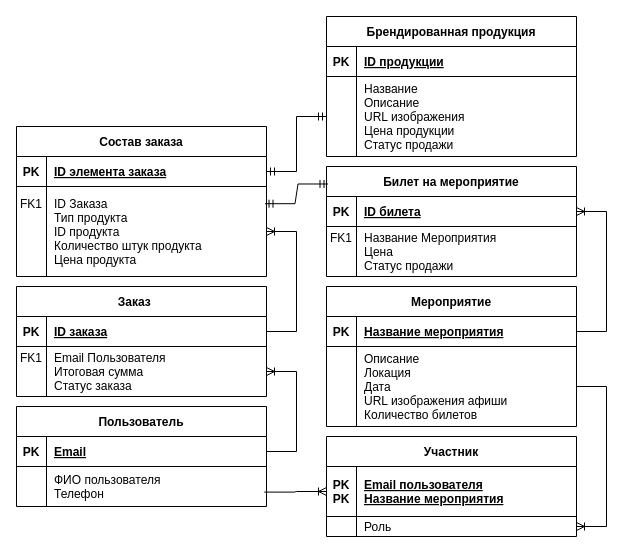
Above: martin.drawio in softqwak/ud (draw.io), before the change. Source tidied: cells renumbered, new cells numbered last; positions are measured from the earlier drawing's top-left corner, leaving out a move shared by most shapes. Both pictures are drawn from the tidied source at 100%, with x=0, y=0 at pixel (16, 16).
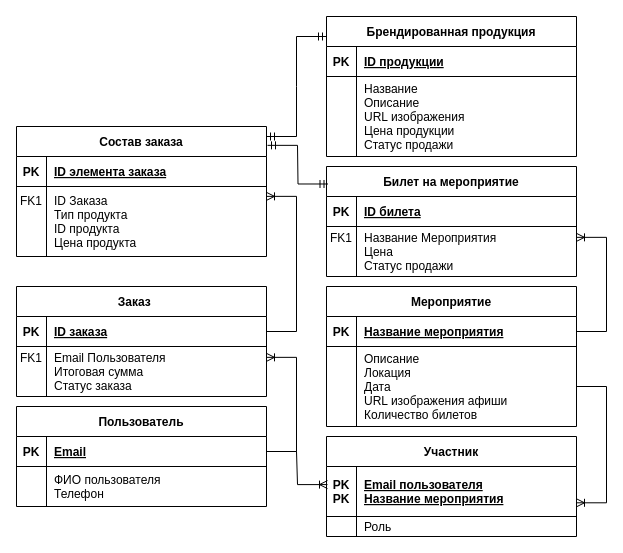
The same diagram, later.

Unchanged cells that the change refers to:
```xml
<mxCell id="3" style="shape=partialRectangle;fillColor=none;points=[[0,0.5],[1,0.5]];portConstraint=eastwest;top=0;left=0;right=0;bottom=1;" parent="2" vertex="1">
  <mxGeometry y="30" width="250" height="30" as="geometry" />
</mxCell>
<mxCell id="6" style="shape=partialRectangle;fillColor=none;points=[[0,0.5],[1,0.5]];portConstraint=eastwest;top=0;left=0;right=0;bottom=0;" parent="2" vertex="1">
  <mxGeometry y="60" width="250" height="40" as="geometry" />
</mxCell>
<mxCell id="10" style="shape=partialRectangle;fillColor=none;points=[[0,0.5],[1,0.5]];portConstraint=eastwest;top=0;left=0;right=0;bottom=1;" parent="9" vertex="1">
  <mxGeometry y="30" width="250" height="50" as="geometry" />
</mxCell>
<mxCell id="13" style="shape=partialRectangle;fillColor=none;points=[[0,0.5],[1,0.5]];portConstraint=eastwest;top=0;left=0;right=0;bottom=0;" parent="9" vertex="1">
  <mxGeometry y="80" width="250" height="20" as="geometry" />
</mxCell>
<mxCell id="17" style="shape=partialRectangle;fillColor=none;points=[[0,0.5],[1,0.5]];portConstraint=eastwest;top=0;left=0;right=0;bottom=1;" parent="16" vertex="1">
  <mxGeometry y="30" width="250" height="30" as="geometry" />
</mxCell>
<mxCell id="20" style="shape=partialRectangle;fillColor=none;points=[[0,0.5],[1,0.5]];portConstraint=eastwest;top=0;left=0;right=0;bottom=0;" parent="16" vertex="1">
  <mxGeometry y="60" width="250" height="80" as="geometry" />
</mxCell>
<mxCell id="24" style="shape=partialRectangle;fillColor=none;points=[[0,0.5],[1,0.5]];portConstraint=eastwest;top=0;left=0;right=0;bottom=1;" parent="23" vertex="1">
  <mxGeometry y="30" width="250" height="30" as="geometry" />
</mxCell>
<mxCell id="27" style="shape=partialRectangle;fillColor=none;points=[[0,0.5],[1,0.5]];portConstraint=eastwest;top=0;left=0;right=0;bottom=0;" parent="23" vertex="1">
  <mxGeometry y="60" width="250" height="50" as="geometry" />
</mxCell>
<mxCell id="31" style="shape=partialRectangle;fillColor=none;points=[[0,0.5],[1,0.5]];portConstraint=eastwest;top=0;left=0;right=0;bottom=1;" parent="30" vertex="1">
  <mxGeometry y="30" width="250" height="30" as="geometry" />
</mxCell>
<mxCell id="41" style="shape=partialRectangle;fillColor=none;points=[[0,0.5],[1,0.5]];portConstraint=eastwest;top=0;left=0;right=0;bottom=0;" parent="37" vertex="1">
  <mxGeometry y="60" width="250" height="80" as="geometry" />
</mxCell>
<mxCell id="44" value="Билет на мероприятие" style="shape=table;startSize=30;childLayout=tableLayout;rowLines=0;fontStyle=1;align=center;" parent="1" vertex="1">
  <mxGeometry x="310" y="150" width="250" height="110" as="geometry" />
</mxCell>
<mxCell id="45" style="shape=partialRectangle;fillColor=none;points=[[0,0.5],[1,0.5]];portConstraint=eastwest;top=0;left=0;right=0;bottom=1;" parent="44" vertex="1">
  <mxGeometry y="30" width="250" height="30" as="geometry" />
</mxCell>
<mxCell id="48" style="shape=partialRectangle;fillColor=none;points=[[0,0.5],[1,0.5]];portConstraint=eastwest;top=0;left=0;right=0;bottom=0;" parent="44" vertex="1">
  <mxGeometry y="60" width="250" height="50" as="geometry" />
</mxCell>
```

Change to the diagram source:
```diff
@@
     <mxCell id="30" value="Состав заказа" style="shape=table;startSize=30;childLayout=tableLayout;rowLines=0;fontStyle=1;align=center;" parent="1" vertex="1">
-      <mxGeometry y="110" width="250" height="150" as="geometry" />
+      <mxGeometry y="110" width="250" height="130" as="geometry" />
     </mxCell>
@@
     <mxCell id="34" style="shape=partialRectangle;fillColor=none;points=[[0,0.5],[1,0.5]];portConstraint=eastwest;top=0;left=0;right=0;bottom=0;" parent="30" vertex="1">
-      <mxGeometry y="60" width="250" height="90" as="geometry" />
+      <mxGeometry y="60" width="250" height="70" as="geometry" />
     </mxCell>
-    <mxCell id="35" value="FK1&#10;&#10;&#10;&#10;" style="shape=partialRectangle;overflow=hidden;fillColor=none;top=0;left=0;bottom=0;right=0;" parent="34" vertex="1">
-      <mxGeometry width="30" height="90" as="geometry" />
+    <mxCell id="35" value="FK1&#10;&#10;&#10;" style="shape=partialRectangle;overflow=hidden;fillColor=none;top=0;left=0;bottom=0;right=0;" parent="34" vertex="1">
+      <mxGeometry width="30" height="70" as="geometry" />
     </mxCell>
-    <mxCell id="36" value="ID Заказа&#10;Тип продукта&#10;ID продукта&#10;Количество штук продукта&#10;Цена продукта" style="shape=partialRectangle;overflow=hidden;fillColor=none;top=0;left=0;bottom=0;right=0;align=left;spacingLeft=6;" parent="34" vertex="1">
-      <mxGeometry x="30" width="220" height="90" as="geometry" />
+    <mxCell id="36" value="ID Заказа&#10;Тип продукта&#10;ID продукта&#10;Цена продукта" style="shape=partialRectangle;overflow=hidden;fillColor=none;top=0;left=0;bottom=0;right=0;align=left;spacingLeft=6;" parent="34" vertex="1">
+      <mxGeometry x="30" width="220" height="70" as="geometry" />
     </mxCell>
@@
-    <mxCell id="51" style="edgeStyle=entityRelationEdgeStyle;fontSize=12;html=1;endArrow=ERoneToMany;rounded=0;entryX=0;entryY=0.5;entryDx=0;entryDy=0;exitX=0.991;exitY=0.64;exitDx=0;exitDy=0;exitPerimeter=0;" parent="1" edge="1" source="6" target="10">
+    <mxCell id="51" style="edgeStyle=entityRelationEdgeStyle;fontSize=12;html=1;endArrow=ERoneToMany;rounded=0;exitX=1;exitY=0.5;exitDx=0;exitDy=0;entryX=0.004;entryY=0.362;entryDx=0;entryDy=0;entryPerimeter=0;" parent="1" edge="1" source="3" target="10">
       <mxGeometry relative="1" as="geometry" />
     </mxCell>
-    <mxCell id="52" style="edgeStyle=entityRelationEdgeStyle;fontSize=12;html=1;endArrow=ERoneToMany;rounded=0;entryX=1;entryY=0.5;entryDx=0;entryDy=0;exitX=1;exitY=0.5;exitDx=0;exitDy=0;" parent="1" edge="1" source="3" target="27">
+    <mxCell id="52" style="edgeStyle=entityRelationEdgeStyle;fontSize=12;html=1;endArrow=ERoneToMany;rounded=0;entryX=1;entryY=0.217;entryDx=0;entryDy=0;exitX=1;exitY=0.5;exitDx=0;exitDy=0;entryPerimeter=0;" parent="1" edge="1" source="3" target="27">
       <mxGeometry relative="1" as="geometry" />
     </mxCell>
-    <mxCell id="53" style="edgeStyle=entityRelationEdgeStyle;fontSize=12;html=1;endArrow=ERmandOne;startArrow=ERmandOne;rounded=0;entryX=0;entryY=0.5;entryDx=0;entryDy=0;exitX=1;exitY=0.5;exitDx=0;exitDy=0;" parent="1" edge="1" source="31" target="41">
-      <mxGeometry relative="1" as="geometry" />
+    <mxCell id="53" style="edgeStyle=entityRelationEdgeStyle;fontSize=12;html=1;endArrow=ERmandOne;startArrow=ERmandOne;rounded=0;" parent="1" edge="1">
+      <mxGeometry relative="1" as="geometry">
+        <mxPoint x="250" y="120" as="sourcePoint" />
+        <mxPoint x="310" y="20" as="targetPoint" />
+      </mxGeometry>
     </mxCell>
-    <mxCell id="54" style="edgeStyle=entityRelationEdgeStyle;fontSize=12;html=1;endArrow=ERmandOne;startArrow=ERmandOne;rounded=0;entryX=0.006;entryY=0.159;entryDx=0;entryDy=0;exitX=0.994;exitY=0.191;exitDx=0;exitDy=0;exitPerimeter=0;entryPerimeter=0;" parent="1" edge="1" source="34" target="44">
+    <mxCell id="54" style="edgeStyle=entityRelationEdgeStyle;fontSize=12;html=1;endArrow=ERmandOne;startArrow=ERmandOne;rounded=0;entryX=0.006;entryY=0.159;entryDx=0;entryDy=0;exitX=1.004;exitY=0.145;exitDx=0;exitDy=0;entryPerimeter=0;exitPerimeter=0;" parent="1" edge="1" source="30" target="44">
       <mxGeometry relative="1" as="geometry" />
     </mxCell>
-    <mxCell id="55" style="edgeStyle=entityRelationEdgeStyle;fontSize=12;html=1;endArrow=ERoneToMany;rounded=0;entryX=1;entryY=0.5;entryDx=0;entryDy=0;exitX=1;exitY=0.5;exitDx=0;exitDy=0;" parent="1" edge="1" source="20" target="13">
+    <mxCell id="55" style="edgeStyle=entityRelationEdgeStyle;fontSize=12;html=1;endArrow=ERoneToMany;rounded=0;entryX=1;entryY=0.726;entryDx=0;entryDy=0;exitX=1;exitY=0.5;exitDx=0;exitDy=0;entryPerimeter=0;" parent="1" edge="1" source="20" target="10">
       <mxGeometry relative="1" as="geometry" />
     </mxCell>
-    <mxCell id="56" style="edgeStyle=entityRelationEdgeStyle;fontSize=12;html=1;endArrow=ERoneToMany;rounded=0;exitX=1;exitY=0.5;exitDx=0;exitDy=0;entryX=1;entryY=0.5;entryDx=0;entryDy=0;" parent="1" edge="1" source="17" target="45">
+    <mxCell id="56" style="edgeStyle=entityRelationEdgeStyle;fontSize=12;html=1;endArrow=ERoneToMany;rounded=0;exitX=1;exitY=0.5;exitDx=0;exitDy=0;entryX=1;entryY=0.217;entryDx=0;entryDy=0;entryPerimeter=0;" parent="1" edge="1" source="17" target="48">
       <mxGeometry relative="1" as="geometry" />
     </mxCell>
-    <mxCell id="57" style="edgeStyle=entityRelationEdgeStyle;fontSize=12;html=1;endArrow=ERoneToMany;rounded=0;exitX=1;exitY=0.5;exitDx=0;exitDy=0;" parent="1" edge="1" source="24" target="34">
+    <mxCell id="57" style="edgeStyle=entityRelationEdgeStyle;fontSize=12;html=1;endArrow=ERoneToMany;rounded=0;exitX=1;exitY=0.5;exitDx=0;exitDy=0;entryX=1;entryY=0.141;entryDx=0;entryDy=0;entryPerimeter=0;" parent="1" edge="1" source="24" target="34">
       <mxGeometry relative="1" as="geometry" />
     </mxCell>
```
